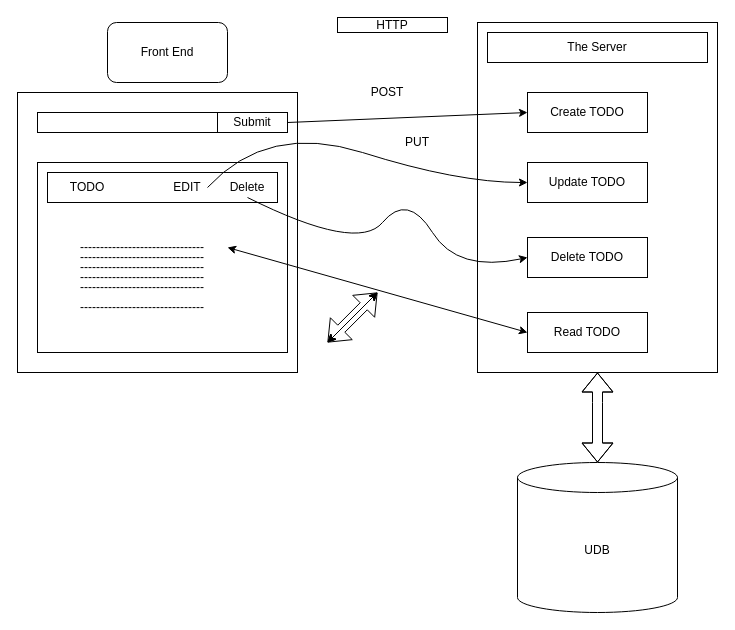
jearbreezy/heroku-frontend keeps this draw.io diagram as Untitled Diagram.drawio. Above is the earlier version. Source tidied: cells renumbered, new cells numbered last; positions are measured from the earlier drawing's top-left corner, leaving out a move shared by most shapes. Both pictures are drawn from the tidied source at 100%, with x=0, y=0 at pixel (17, 17).
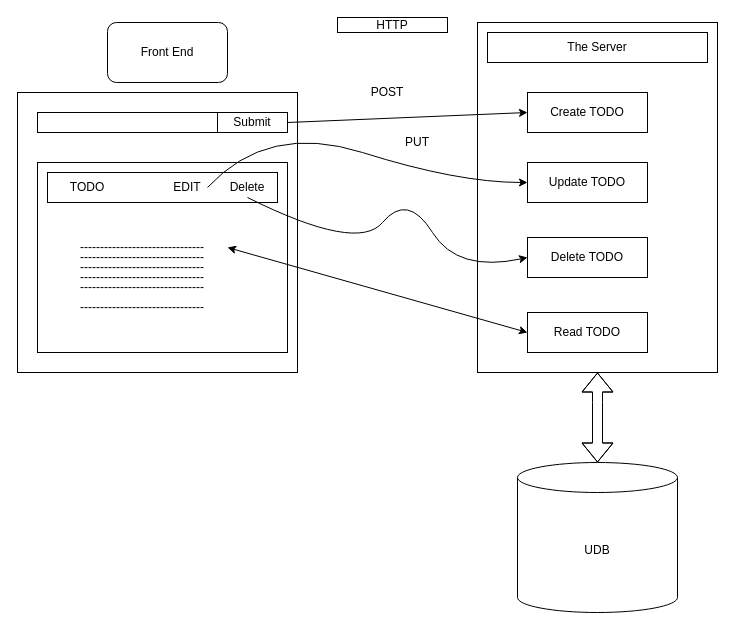
The same page after the edit.

The edit, as a diff of the source:
```diff
@@
-    <mxCell id="31" style="endArrow=classic;startArrow=classic;html=1;" parent="1" edge="1">
-      <mxGeometry relative="1" as="geometry">
-        <mxPoint x="310" y="325" as="sourcePoint" />
-        <mxPoint x="360" y="275" as="targetPoint" />
-      </mxGeometry>
-    </mxCell>
-    <mxCell id="32" style="endArrow=classic;startArrow=classic;html=1;" parent="1" edge="1">
-      <mxGeometry relative="1" as="geometry">
-        <mxPoint x="310" y="325" as="sourcePoint" />
-        <mxPoint x="360" y="275" as="targetPoint" />
-      </mxGeometry>
-    </mxCell>
-    <mxCell id="33" style="endArrow=classic;startArrow=classic;html=1;" parent="1" edge="1">
-      <mxGeometry relative="1" as="geometry">
-        <mxPoint x="310" y="325" as="sourcePoint" />
-        <mxPoint x="360" y="275" as="targetPoint" />
-      </mxGeometry>
-    </mxCell>
-    <mxCell id="34" style="shape=flexArrow;endArrow=classic;startArrow=classic;html=1;" parent="1" edge="1">
-      <mxGeometry relative="1" as="geometry">
-        <mxPoint x="310" y="325" as="sourcePoint" />
-        <mxPoint x="360" y="275" as="targetPoint" />
-      </mxGeometry>
-    </mxCell>
```
